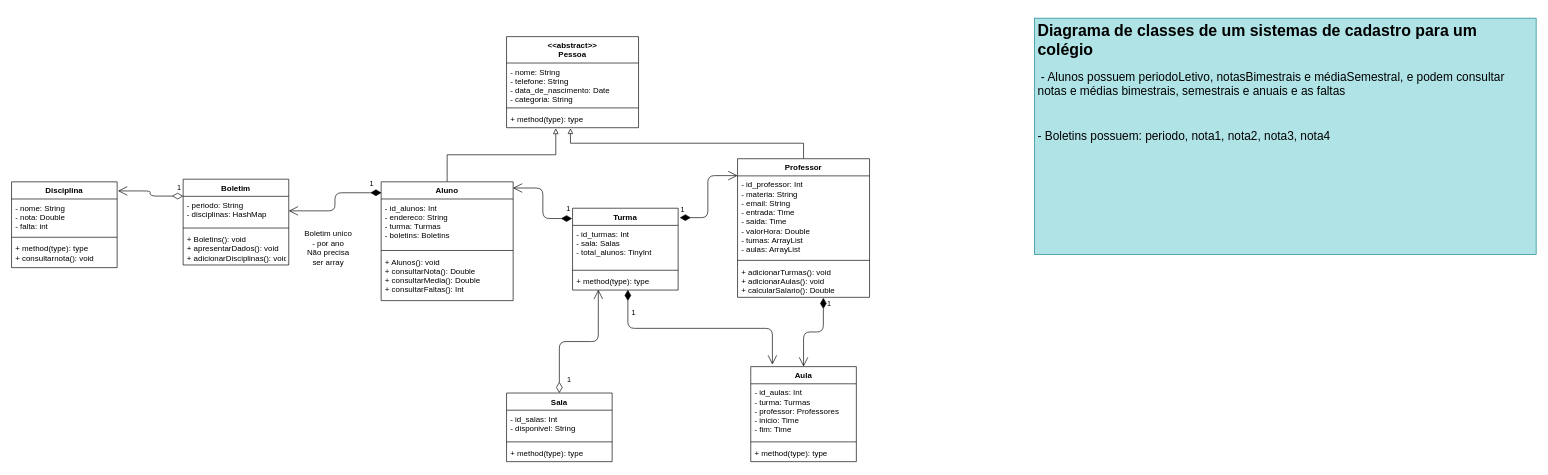
Above: diagrama_classes2.drawio in moreirafelipe/dh-poo-checkpoint1 (draw.io), before the change. Source tidied: cells renumbered, new cells numbered last; positions are measured from the earlier drawing's top-left corner, leaving out a move shared by most shapes. Both pictures are drawn from the tidied source at 66%, with x=0, y=0 at pixel (11, 18).
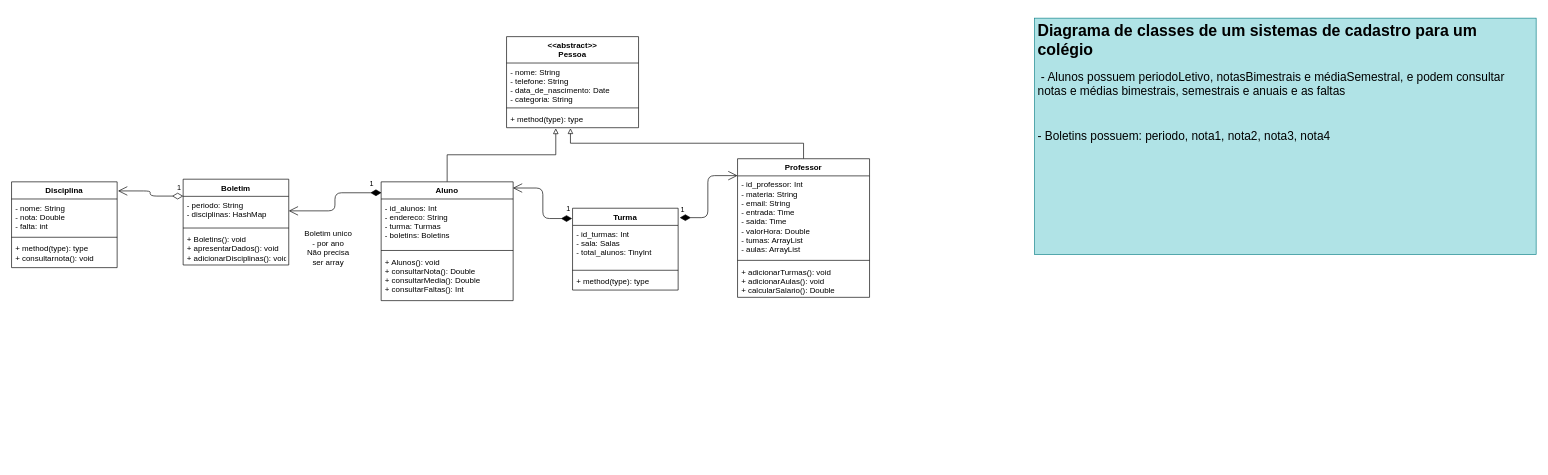
Above is the later version.

The change refers to these unchanged cells:
```xml
<mxCell id="5" value="+ method(type): type" style="text;strokeColor=none;fillColor=none;align=left;verticalAlign=top;spacingLeft=4;spacingRight=4;overflow=hidden;points=[[0,0.5],[1,0.5]];portConstraint=eastwest;" parent="2" vertex="1">
  <mxGeometry y="98" width="160" height="26" as="geometry" />
</mxCell>
<mxCell id="18" value="+ adicionarTurmas(): void&#10;+ adicionarAulas(): void&#10;+ calcularSalario(): Double" style="text;strokeColor=none;fillColor=none;align=left;verticalAlign=top;spacingLeft=4;spacingRight=4;overflow=hidden;points=[[0,0.5],[1,0.5]];portConstraint=eastwest;" parent="15" vertex="1">
  <mxGeometry y="158" width="200" height="52" as="geometry" />
</mxCell>
```

The edit, as a diff of the source:
```diff
@@
-    <mxCell id="6" value="Sala" style="swimlane;fontStyle=1;align=center;verticalAlign=top;horizontal=1;startSize=26;" parent="1" vertex="1">
-      <mxGeometry x="750" y="568" width="160" height="104" as="geometry" />
-    </mxCell>
-    <mxCell id="7" value="- id_salas: Int&#10;- disponivel: String&#10;" style="text;strokeColor=none;fillColor=none;align=left;verticalAlign=top;spacingLeft=4;spacingRight=4;overflow=hidden;" parent="6" vertex="1">
-      <mxGeometry y="26" width="160" height="44" as="geometry" />
-    </mxCell>
-    <mxCell id="8" style="line;strokeWidth=1;fillColor=none;align=left;verticalAlign=middle;spacingTop=-1;spacingLeft=3;spacingRight=3;labelPosition=right;" parent="6" vertex="1">
-      <mxGeometry y="70" width="160" height="8" as="geometry" />
-    </mxCell>
-    <mxCell id="9" value="+ method(type): type" style="text;strokeColor=none;fillColor=none;align=left;verticalAlign=top;spacingLeft=4;spacingRight=4;overflow=hidden;" parent="6" vertex="1">
-      <mxGeometry y="78" width="160" height="26" as="geometry" />
-    </mxCell>
-    <mxCell id="10" value="Aula" style="swimlane;fontStyle=1;align=center;verticalAlign=top;horizontal=1;startSize=26;" parent="1" vertex="1">
-      <mxGeometry x="1120" y="528" width="160" height="144" as="geometry" />
-    </mxCell>
-    <mxCell id="11" value="- id_aulas: Int&#10;- turma: Turmas&#10;- professor: Professores&#10;- inicio: Time&#10;- fim: Time&#10;" style="text;strokeColor=none;fillColor=none;align=left;verticalAlign=top;spacingLeft=4;spacingRight=4;overflow=hidden;" parent="10" vertex="1">
-      <mxGeometry y="26" width="160" height="84" as="geometry" />
-    </mxCell>
-    <mxCell id="12" style="line;strokeWidth=1;fillColor=none;align=left;verticalAlign=middle;spacingTop=-1;spacingLeft=3;spacingRight=3;labelPosition=right;" parent="10" vertex="1">
-      <mxGeometry y="110" width="160" height="8" as="geometry" />
-    </mxCell>
-    <mxCell id="13" value="+ method(type): type" style="text;strokeColor=none;fillColor=none;align=left;verticalAlign=top;spacingLeft=4;spacingRight=4;overflow=hidden;" parent="10" vertex="1">
-      <mxGeometry y="118" width="160" height="26" as="geometry" />
-    </mxCell>
@@
-    <mxCell id="36" value="1" style="endArrow=open;html=1;endSize=12;startArrow=diamondThin;startSize=14;startFill=0;edgeStyle=orthogonalEdgeStyle;align=left;verticalAlign=bottom;exitX=0.5;exitY=0;exitDx=0;exitDy=0;entryX=0.244;entryY=0.977;entryDx=0;entryDy=0;entryPerimeter=0;" parent="1" edge="1" source="6" target="5">
-      <mxGeometry x="-0.9" y="-10" relative="1" as="geometry" />
-    </mxCell>
-    <mxCell id="37" value="1" style="endArrow=open;html=1;endSize=12;startArrow=diamondThin;startSize=14;startFill=1;edgeStyle=orthogonalEdgeStyle;align=left;verticalAlign=bottom;exitX=0.65;exitY=1.014;exitDx=0;exitDy=0;exitPerimeter=0;entryX=0.5;entryY=0;entryDx=0;entryDy=0;" parent="1" edge="1" source="18" target="10">
-      <mxGeometry x="-0.74" y="4" relative="1" as="geometry" />
-    </mxCell>
-    <mxCell id="38" value="1" style="endArrow=open;html=1;endSize=12;startArrow=diamondThin;startSize=14;startFill=1;edgeStyle=orthogonalEdgeStyle;align=left;verticalAlign=bottom;exitX=0.524;exitY=0.984;exitDx=0;exitDy=0;exitPerimeter=0;entryX=0.205;entryY=-0.021;entryDx=0;entryDy=0;entryPerimeter=0;" parent="1" edge="1" source="5" target="10">
-      <mxGeometry x="-0.74" y="4" relative="1" as="geometry" />
-    </mxCell>
```
